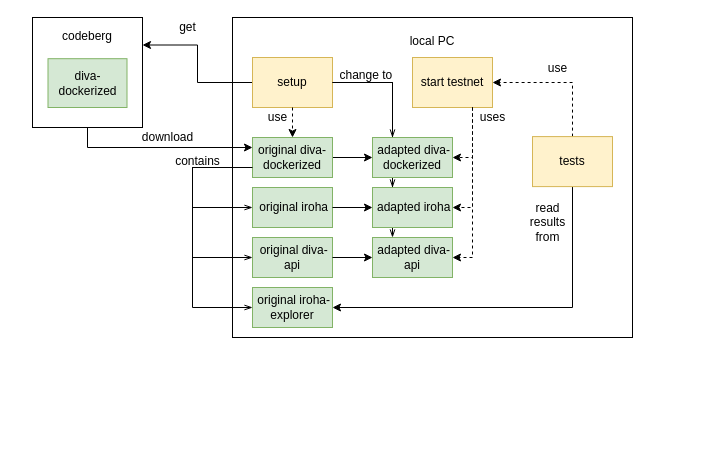
Above: diagrams/Testnetz-Aufbau.drawio in cailllev/Bachelor-Thesis (draw.io), before the change. Source tidied: cells renumbered, new cells numbered last; positions are measured from the earlier drawing's top-left corner, leaving out a move shared by most shapes. Both pictures are drawn from the tidied source at 100%, with x=0, y=0 at pixel (32, 17).
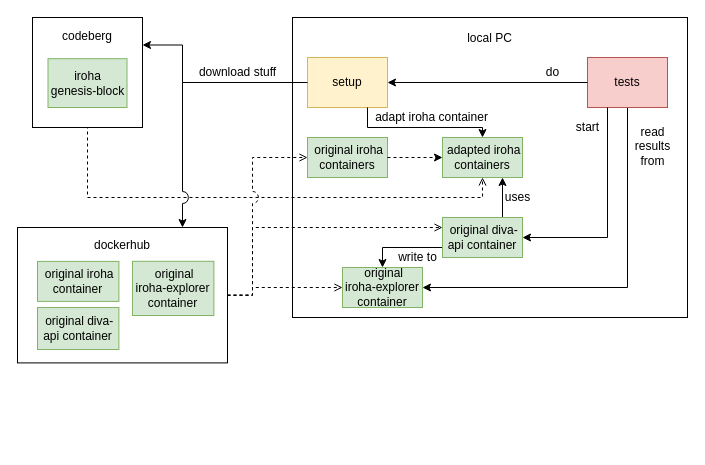
The same page after the edit.

Commit message (it also covers changes not shown here):
update results; update Testnetz-Aufbau

Unchanged cells that the change refers to:
```xml
<mxCell id="31" value="codeberg&lt;br&gt;&lt;br&gt;&lt;br&gt;&lt;br&gt;&lt;br&gt;&lt;br&gt;" style="rounded=0;whiteSpace=wrap;html=1;" parent="1" vertex="1">
  <mxGeometry width="110" height="110" as="geometry" />
</mxCell>
```

Change to the diagram source:
```diff
@@
-    <mxCell id="2" value="local PC&lt;br&gt;&lt;br&gt;&lt;br&gt;&lt;br&gt;&lt;br&gt;&lt;br&gt;&lt;br&gt;&lt;br&gt;&lt;br&gt;&lt;br&gt;&lt;br&gt;&lt;br&gt;&lt;br&gt;&lt;br&gt;&lt;br&gt;&lt;br&gt;&lt;br&gt;&lt;br&gt;&lt;br&gt;&lt;br&gt;" style="rounded=0;whiteSpace=wrap;html=1;" parent="1" vertex="1">
-      <mxGeometry x="200" width="400" height="320" as="geometry" />
+    <mxCell id="2" value="local PC&lt;br&gt;&lt;br&gt;&lt;br&gt;&lt;br&gt;&lt;br&gt;&lt;br&gt;&lt;br&gt;&lt;br&gt;&lt;br&gt;&lt;br&gt;&lt;br&gt;&lt;br&gt;&lt;br&gt;&lt;br&gt;&lt;br&gt;&lt;br&gt;&lt;br&gt;&lt;br&gt;&lt;br&gt;" style="rounded=0;whiteSpace=wrap;html=1;" parent="1" vertex="1">
+      <mxGeometry x="260" width="395" height="300" as="geometry" />
     </mxCell>
-    <mxCell id="3" value="get" style="text;html=1;align=center;verticalAlign=middle;" parent="1" vertex="1">
-      <mxGeometry x="140" width="30" height="20" as="geometry" />
+    <mxCell id="3" value="download stuff" style="text;html=1;align=center;verticalAlign=middle;" parent="1" vertex="1">
+      <mxGeometry x="160" y="45" width="90" height="20" as="geometry" />
     </mxCell>
-    <mxCell id="4" style="edgeStyle=orthogonalEdgeStyle;rounded=0;jettySize=auto;html=1;exitX=1;exitY=0.5;exitDx=0;exitDy=0;entryX=0;entryY=0.5;entryDx=0;entryDy=0;" parent="1" edge="1" source="7" target="36">
-      <mxGeometry relative="1" as="geometry" />
-    </mxCell>
-    <mxCell id="5" style="edgeStyle=orthogonalEdgeStyle;rounded=0;jettySize=auto;html=1;exitX=0;exitY=0.75;exitDx=0;exitDy=0;entryX=0;entryY=0.5;entryDx=0;entryDy=0;endArrow=openThin;endFill=0;" parent="1" edge="1" source="7" target="21">
-      <mxGeometry relative="1" as="geometry">
-        <Array as="points">
-          <mxPoint x="160" y="150" />
-          <mxPoint x="160" y="190" />
-        </Array>
-      </mxGeometry>
-    </mxCell>
-    <mxCell id="6" style="edgeStyle=orthogonalEdgeStyle;rounded=0;jettySize=auto;html=1;exitX=0;exitY=0.75;exitDx=0;exitDy=0;entryX=0;entryY=0.5;entryDx=0;entryDy=0;endArrow=openThin;endFill=0;" parent="1" edge="1" source="7" target="27">
-      <mxGeometry relative="1" as="geometry">
-        <Array as="points">
-          <mxPoint x="160" y="150" />
-          <mxPoint x="160" y="290" />
-        </Array>
-      </mxGeometry>
-    </mxCell>
-    <mxCell id="7" value="original diva-dockerized" style="rounded=0;whiteSpace=wrap;html=1;fillColor=#d5e8d4;strokeColor=#82b366;" parent="1" vertex="1">
-      <mxGeometry x="220" y="120" width="80" height="40" as="geometry" />
-    </mxCell>
-    <mxCell id="8" style="edgeStyle=orthogonalEdgeStyle;rounded=0;jettySize=auto;html=1;exitX=1;exitY=0.5;exitDx=0;exitDy=0;endArrow=openThin;endFill=0;entryX=0.25;entryY=0;entryDx=0;entryDy=0;" parent="1" edge="1" source="10" target="36">
-      <mxGeometry relative="1" as="geometry" />
-    </mxCell>
     <mxCell id="9" style="edgeStyle=orthogonalEdgeStyle;rounded=0;jettySize=auto;html=1;exitX=0;exitY=0.5;exitDx=0;exitDy=0;entryX=1;entryY=0.25;entryDx=0;entryDy=0;endArrow=classic;endFill=1;" parent="1" edge="1" source="10" target="31">
-      <mxGeometry relative="1" as="geometry" />
+      <mxGeometry relative="1" as="geometry">
+        <Array as="points">
+          <mxPoint x="150" y="65" />
+          <mxPoint x="150" y="28" />
+        </Array>
+      </mxGeometry>
     </mxCell>
     <mxCell id="10" value="setup" style="rounded=0;whiteSpace=wrap;html=1;fillColor=#fff2cc;strokeColor=#d6b656;" parent="1" vertex="1">
-      <mxGeometry x="220" y="40" width="80" height="50" as="geometry" />
+      <mxGeometry x="275" y="40" width="80" height="50" as="geometry" />
     </mxCell>
-    <mxCell id="11" value="start testnet" style="rounded=0;whiteSpace=wrap;html=1;fillColor=#fff2cc;strokeColor=#d6b656;" parent="1" vertex="1">
-      <mxGeometry x="380" y="40" width="80" height="50" as="geometry" />
-    </mxCell>
-    <mxCell id="12" style="edgeStyle=orthogonalEdgeStyle;rounded=0;jettySize=auto;html=1;exitX=0.5;exitY=0;exitDx=0;exitDy=0;entryX=1;entryY=0.5;entryDx=0;entryDy=0;dashed=1;" parent="1" edge="1" source="14" target="11">
-      <mxGeometry x="250" y="110" as="geometry" />
-    </mxCell>
     <mxCell id="13" style="edgeStyle=orthogonalEdgeStyle;rounded=0;jettySize=auto;html=1;exitX=0.5;exitY=1;exitDx=0;exitDy=0;entryX=1;entryY=0.5;entryDx=0;entryDy=0;" parent="1" edge="1" source="14" target="27">
-      <mxGeometry x="250" y="110" as="geometry" />
+      <mxGeometry x="305" y="110" as="geometry" />
     </mxCell>
-    <mxCell id="14" value="tests" style="rounded=0;whiteSpace=wrap;html=1;fillColor=#fff2cc;strokeColor=#d6b656;" parent="1" vertex="1">
-      <mxGeometry x="500" y="119.1" width="80" height="50" as="geometry" />
+    <mxCell id="14" value="tests" style="rounded=0;whiteSpace=wrap;html=1;fillColor=#f8cecc;strokeColor=#b85450;" parent="1" vertex="1">
+      <mxGeometry x="555" y="40" width="80" height="50" as="geometry" />
     </mxCell>
-    <mxCell id="15" value="change to&amp;nbsp;" style="text;html=1;align=center;verticalAlign=middle;" parent="1" vertex="1">
-      <mxGeometry x="300" y="48.2" width="70" height="20" as="geometry" />
+    <mxCell id="15" value="adapt iroha container" style="text;html=1;align=center;verticalAlign=middle;" parent="1" vertex="1">
+      <mxGeometry x="334" y="90" width="130" height="20" as="geometry" />
     </mxCell>
-    <mxCell id="16" style="edgeStyle=orthogonalEdgeStyle;rounded=0;jettySize=auto;html=1;exitX=0.75;exitY=1;exitDx=0;exitDy=0;entryX=1;entryY=0.5;entryDx=0;entryDy=0;dashed=1;" parent="1" edge="1" source="11" target="36">
-      <mxGeometry x="250" y="110" as="geometry" />
-    </mxCell>
-    <mxCell id="17" value="uses" style="text;html=1;align=center;verticalAlign=middle;" parent="1" vertex="1">
-      <mxGeometry x="440" y="90" width="40" height="20" as="geometry" />
-    </mxCell>
-    <mxCell id="18" value="use" style="text;html=1;align=center;verticalAlign=middle;rotation=0;" parent="1" vertex="1">
-      <mxGeometry x="510" y="40.9" width="30" height="20" as="geometry" />
+    <mxCell id="18" value="do" style="text;html=1;align=center;verticalAlign=middle;rotation=0;" parent="1" vertex="1">
+      <mxGeometry x="505" y="45" width="30" height="20" as="geometry" />
     </mxCell>
     <mxCell id="19" value="read &lt;br&gt;results &lt;br&gt;from" style="text;html=1;align=center;verticalAlign=middle;rotation=0;" parent="1" vertex="1">
-      <mxGeometry x="490" y="180" width="50" height="50" as="geometry" />
+      <mxGeometry x="595" y="104.1" width="50" height="50" as="geometry" />
     </mxCell>
-    <mxCell id="20" style="edgeStyle=orthogonalEdgeStyle;rounded=0;jettySize=auto;html=1;exitX=0;exitY=0.75;exitDx=0;exitDy=0;entryX=0;entryY=0.5;entryDx=0;entryDy=0;endArrow=openThin;endFill=0;" parent="1" edge="1" source="7" target="23">
-      <mxGeometry relative="1" as="geometry">
-        <Array as="points">
-          <mxPoint x="160" y="150" />
-          <mxPoint x="160" y="240" />
-        </Array>
-      </mxGeometry>
-    </mxCell>
-    <mxCell id="21" value="&amp;nbsp;original iroha" style="rounded=0;whiteSpace=wrap;html=1;fillColor=#d5e8d4;strokeColor=#82b366;" parent="1" vertex="1">
-      <mxGeometry x="220" y="170" width="80" height="40" as="geometry" />
+    <mxCell id="21" value="&amp;nbsp;original iroha containers" style="rounded=0;whiteSpace=wrap;html=1;fillColor=#d5e8d4;strokeColor=#82b366;" parent="1" vertex="1">
+      <mxGeometry x="275" y="120" width="80" height="40" as="geometry" />
     </mxCell>
-    <mxCell id="22" style="edgeStyle=orthogonalEdgeStyle;rounded=0;jettySize=auto;html=1;exitX=0.5;exitY=1;exitDx=0;exitDy=0;entryX=0;entryY=0.25;entryDx=0;entryDy=0;" parent="1" edge="1" source="32" target="7">
+    <mxCell id="22" style="edgeStyle=orthogonalEdgeStyle;rounded=0;jettySize=auto;html=1;exitX=0.5;exitY=1;exitDx=0;exitDy=0;entryX=0.5;entryY=1;entryDx=0;entryDy=0;dashed=1;endArrow=open;endFill=0;" parent="1" edge="1" source="32" target="37">
       <mxGeometry relative="1" as="geometry">
         <Array as="points">
-          <mxPoint x="55" y="130" />
+          <mxPoint x="55" y="180" />
+          <mxPoint x="450" y="180" />
         </Array>
       </mxGeometry>
     </mxCell>
+    <mxCell id="40" style="edgeStyle=orthogonalEdgeStyle;rounded=0;jumpStyle=arc;jumpSize=12;jettySize=auto;html=1;exitX=0.75;exitY=0;exitDx=0;exitDy=0;entryX=0.75;entryY=1;entryDx=0;entryDy=0;endArrow=classic;endFill=1;" parent="1" edge="1" source="23" target="37">
+      <mxGeometry relative="1" as="geometry" />
+    </mxCell>
+    <mxCell id="41" style="edgeStyle=orthogonalEdgeStyle;rounded=0;jumpStyle=arc;jumpSize=12;jettySize=auto;html=1;exitX=0;exitY=0.75;exitDx=0;exitDy=0;entryX=0.5;entryY=0;entryDx=0;entryDy=0;endArrow=classic;endFill=1;" parent="1" edge="1" source="23" target="27">
+      <mxGeometry relative="1" as="geometry" />
+    </mxCell>
-    <mxCell id="23" value="&amp;nbsp;original diva-api" style="rounded=0;whiteSpace=wrap;html=1;fillColor=#d5e8d4;strokeColor=#82b366;" parent="1" vertex="1">
-      <mxGeometry x="220" y="220" width="80" height="40" as="geometry" />
+    <mxCell id="23" value="&amp;nbsp;original diva-api container" style="rounded=0;whiteSpace=wrap;html=1;fillColor=#d5e8d4;strokeColor=#82b366;" parent="1" vertex="1">
+      <mxGeometry x="410" y="200" width="80" height="40" as="geometry" />
     </mxCell>
-    <mxCell id="24" value="&amp;nbsp;adapted diva-api" style="rounded=0;whiteSpace=wrap;html=1;fillColor=#d5e8d4;strokeColor=#82b366;" parent="1" vertex="1">
-      <mxGeometry x="340" y="220" width="80" height="40" as="geometry" />
-    </mxCell>
-    <mxCell id="25" style="edgeStyle=orthogonalEdgeStyle;rounded=0;jettySize=auto;html=1;exitX=1;exitY=0.5;exitDx=0;exitDy=0;entryX=0;entryY=0.5;entryDx=0;entryDy=0;" parent="1" edge="1" source="21" target="37">
+    <mxCell id="25" style="edgeStyle=orthogonalEdgeStyle;rounded=0;jettySize=auto;html=1;exitX=1;exitY=0.5;exitDx=0;exitDy=0;entryX=0;entryY=0.5;entryDx=0;entryDy=0;dashed=1;" parent="1" edge="1" source="21" target="37">
       <mxGeometry relative="1" as="geometry" />
     </mxCell>
-    <mxCell id="26" style="edgeStyle=orthogonalEdgeStyle;rounded=0;jettySize=auto;html=1;exitX=1;exitY=0.5;exitDx=0;exitDy=0;entryX=0;entryY=0.5;entryDx=0;entryDy=0;" parent="1" edge="1" source="23" target="24">
-      <mxGeometry relative="1" as="geometry" />
-    </mxCell>
-    <mxCell id="27" value="&amp;nbsp;original iroha-explorer" style="rounded=0;whiteSpace=wrap;html=1;fillColor=#d5e8d4;strokeColor=#82b366;" parent="1" vertex="1">
-      <mxGeometry x="220" y="270" width="80" height="40" as="geometry" />
+    <mxCell id="27" value="&amp;nbsp;original &lt;br&gt;iroha-explorer container" style="rounded=0;whiteSpace=wrap;html=1;fillColor=#d5e8d4;strokeColor=#82b366;" parent="1" vertex="1">
+      <mxGeometry x="310" y="250" width="80" height="40" as="geometry" />
     </mxCell>
-    <mxCell id="28" style="edgeStyle=orthogonalEdgeStyle;rounded=0;jettySize=auto;html=1;exitX=0.75;exitY=1;exitDx=0;exitDy=0;entryX=1;entryY=0.5;entryDx=0;entryDy=0;dashed=1;" parent="1" edge="1" source="11" target="37">
-      <mxGeometry x="260" y="120" as="geometry" />
-    </mxCell>
-    <mxCell id="29" style="edgeStyle=orthogonalEdgeStyle;rounded=0;jettySize=auto;html=1;exitX=0.75;exitY=1;exitDx=0;exitDy=0;entryX=1;entryY=0.5;entryDx=0;entryDy=0;dashed=1;" parent="1" edge="1" source="11" target="24">
-      <mxGeometry x="270" y="130" as="geometry" />
+    <mxCell id="29" style="edgeStyle=orthogonalEdgeStyle;rounded=0;jettySize=auto;html=1;exitX=0.25;exitY=1;exitDx=0;exitDy=0;entryX=1;entryY=0.5;entryDx=0;entryDy=0;" parent="1" edge="1" source="14" target="23">
+      <mxGeometry x="325" y="130" as="geometry">
+        <Array as="points">
+          <mxPoint x="575" y="220" />
+        </Array>
+      </mxGeometry>
     </mxCell>
-    <mxCell id="30" value="download" style="text;html=1;align=center;verticalAlign=middle;" parent="1" vertex="1">
-      <mxGeometry x="100" y="110" width="70" height="20" as="geometry" />
-    </mxCell>
@@
-    <mxCell id="32" value="diva-dockerized" style="rounded=0;whiteSpace=wrap;html=1;fillColor=#d5e8d4;strokeColor=#82b366;" parent="1" vertex="1">
+    <mxCell id="32" value="iroha &lt;br&gt;genesis-block" style="rounded=0;whiteSpace=wrap;html=1;fillColor=#d5e8d4;strokeColor=#82b366;" parent="1" vertex="1">
       <mxGeometry x="15.5" y="41.2" width="79" height="48.8" as="geometry" />
     </mxCell>
-    <mxCell id="33" value="contains" style="text;html=1;align=center;verticalAlign=middle;rotation=0;" parent="1" vertex="1">
-      <mxGeometry x="135" y="134.1" width="60" height="20" as="geometry" />
-    </mxCell>
-    <mxCell id="34" style="edgeStyle=orthogonalEdgeStyle;rounded=0;jettySize=auto;html=1;exitX=1;exitY=0.5;exitDx=0;exitDy=0;endArrow=openThin;endFill=0;entryX=0.25;entryY=0;entryDx=0;entryDy=0;" parent="1" edge="1" source="10" target="37">
-      <mxGeometry relative="1" as="geometry" />
+    <mxCell id="34" style="edgeStyle=orthogonalEdgeStyle;rounded=0;jettySize=auto;html=1;exitX=0.75;exitY=1;exitDx=0;exitDy=0;endArrow=classic;endFill=1;entryX=0.5;entryY=0;entryDx=0;entryDy=0;" parent="1" edge="1" source="10" target="37">
+      <mxGeometry relative="1" as="geometry">
+        <Array as="points">
+          <mxPoint x="335" y="110" />
+          <mxPoint x="450" y="110" />
+        </Array>
+      </mxGeometry>
     </mxCell>
-    <mxCell id="35" style="edgeStyle=orthogonalEdgeStyle;rounded=0;jettySize=auto;html=1;exitX=1;exitY=0.5;exitDx=0;exitDy=0;endArrow=openThin;endFill=0;entryX=0.25;entryY=0;entryDx=0;entryDy=0;" parent="1" edge="1" source="10" target="24">
-      <mxGeometry relative="1" as="geometry">
-        <Array as="points">
-          <mxPoint x="360" y="65" />
-        </Array>
-      </mxGeometry>
-    </mxCell>
-    <mxCell id="36" value="&amp;nbsp;adapted diva-dockerized" style="rounded=0;whiteSpace=wrap;html=1;fillColor=#d5e8d4;strokeColor=#82b366;" parent="1" vertex="1">
-      <mxGeometry x="340" y="120" width="80" height="40" as="geometry" />
-    </mxCell>
-    <mxCell id="37" value="&amp;nbsp;adapted iroha" style="rounded=0;whiteSpace=wrap;html=1;fillColor=#d5e8d4;strokeColor=#82b366;" parent="1" vertex="1">
-      <mxGeometry x="340" y="170" width="80" height="40" as="geometry" />
+    <mxCell id="37" value="&amp;nbsp;adapted iroha containers" style="rounded=0;whiteSpace=wrap;html=1;fillColor=#d5e8d4;strokeColor=#82b366;" parent="1" vertex="1">
+      <mxGeometry x="410" y="120" width="80" height="40" as="geometry" />
     </mxCell>
-    <mxCell id="38" style="edgeStyle=orthogonalEdgeStyle;rounded=0;jettySize=auto;html=1;exitX=0.5;exitY=1;exitDx=0;exitDy=0;entryX=0.5;entryY=0;entryDx=0;entryDy=0;dashed=1;" parent="1" edge="1" source="10" target="7">
-      <mxGeometry x="260" y="120" as="geometry" />
-    </mxCell>
-    <mxCell id="39" value="use" style="text;html=1;align=center;verticalAlign=middle;rotation=0;" parent="1" vertex="1">
-      <mxGeometry x="230" y="90" width="30" height="20" as="geometry" />
-    </mxCell>
+    <mxCell id="42" style="edgeStyle=orthogonalEdgeStyle;rounded=0;jettySize=auto;html=1;exitX=0;exitY=0.5;exitDx=0;exitDy=0;entryX=1;entryY=0.5;entryDx=0;entryDy=0;" parent="1" edge="1" source="14" target="10">
+      <mxGeometry x="315" y="120" as="geometry" />
+    </mxCell>
+    <mxCell id="43" style="group;" parent="1" vertex="1">
+      <mxGeometry x="-15" y="210" width="210" height="220" as="geometry" />
+    </mxCell>
+    <mxCell id="44" value="dockerhub&lt;br&gt;&lt;br&gt;&lt;br&gt;&lt;br&gt;&lt;br&gt;&lt;br&gt;&lt;br&gt;&lt;br&gt;" style="rounded=0;whiteSpace=wrap;html=1;" parent="43" vertex="1">
+      <mxGeometry width="210" height="135.4" as="geometry" />
+    </mxCell>
+    <mxCell id="45" value="&amp;nbsp;original &lt;br&gt;iroha-explorer container" style="rounded=0;whiteSpace=wrap;html=1;fillColor=#d5e8d4;strokeColor=#82b366;" parent="43" vertex="1">
+      <mxGeometry x="115" y="33.8" width="81.4" height="54.2" as="geometry" />
+    </mxCell>
+    <mxCell id="46" value="&amp;nbsp;original diva-api container" style="rounded=0;whiteSpace=wrap;html=1;fillColor=#d5e8d4;strokeColor=#82b366;" parent="43" vertex="1">
+      <mxGeometry x="20" y="80" width="81.4" height="42" as="geometry" />
+    </mxCell>
+    <mxCell id="47" value="&amp;nbsp;original iroha container" style="rounded=0;whiteSpace=wrap;html=1;fillColor=#d5e8d4;strokeColor=#82b366;" parent="43" vertex="1">
+      <mxGeometry x="20" y="33.9" width="81.4" height="40" as="geometry" />
+    </mxCell>
+    <mxCell id="48" style="edgeStyle=orthogonalEdgeStyle;rounded=0;jettySize=auto;html=1;exitX=0;exitY=0.5;exitDx=0;exitDy=0;endArrow=classic;endFill=1;jumpStyle=arc;jumpSize=12;" parent="1" edge="1" source="10" target="44">
+      <mxGeometry relative="1" as="geometry">
+        <Array as="points">
+          <mxPoint x="150" y="65" />
+          <mxPoint x="150" y="210" />
+        </Array>
+      </mxGeometry>
+    </mxCell>
+    <mxCell id="49" value="start" style="text;html=1;align=center;verticalAlign=middle;rotation=0;" parent="1" vertex="1">
+      <mxGeometry x="535" y="100" width="40" height="20" as="geometry" />
+    </mxCell>
+    <mxCell id="50" style="edgeStyle=orthogonalEdgeStyle;rounded=0;jumpStyle=arc;jumpSize=12;jettySize=auto;html=1;exitX=1;exitY=0.5;exitDx=0;exitDy=0;entryX=0;entryY=0.5;entryDx=0;entryDy=0;dashed=1;endArrow=open;endFill=0;" parent="1" edge="1" source="44" target="21">
+      <mxGeometry relative="1" as="geometry">
+        <Array as="points">
+          <mxPoint x="220" y="278" />
+          <mxPoint x="220" y="140" />
+        </Array>
+      </mxGeometry>
+    </mxCell>
+    <mxCell id="51" style="edgeStyle=orthogonalEdgeStyle;rounded=0;jumpStyle=arc;jumpSize=12;jettySize=auto;html=1;exitX=1;exitY=0.5;exitDx=0;exitDy=0;entryX=0;entryY=0.25;entryDx=0;entryDy=0;dashed=1;endArrow=open;endFill=0;" parent="1" edge="1" source="44" target="23">
+      <mxGeometry relative="1" as="geometry">
+        <Array as="points">
+          <mxPoint x="220" y="278" />
+          <mxPoint x="220" y="210" />
+        </Array>
+      </mxGeometry>
+    </mxCell>
+    <mxCell id="52" style="edgeStyle=orthogonalEdgeStyle;rounded=0;jumpStyle=arc;jumpSize=12;jettySize=auto;html=1;exitX=1;exitY=0.5;exitDx=0;exitDy=0;entryX=0;entryY=0.5;entryDx=0;entryDy=0;dashed=1;endArrow=open;endFill=0;" parent="1" edge="1" source="44" target="27">
+      <mxGeometry relative="1" as="geometry">
+        <Array as="points">
+          <mxPoint x="220" y="278" />
+          <mxPoint x="220" y="270" />
+        </Array>
+      </mxGeometry>
+    </mxCell>
+    <mxCell id="17" value="uses" style="text;html=1;align=center;verticalAlign=middle;rotation=0;" parent="1" vertex="1">
+      <mxGeometry x="465" y="170" width="40" height="20" as="geometry" />
+    </mxCell>
+    <mxCell id="53" value="write to" style="text;html=1;align=center;verticalAlign=middle;rotation=0;" parent="1" vertex="1">
+      <mxGeometry x="360" y="230" width="50" height="20" as="geometry" />
+    </mxCell>
```
